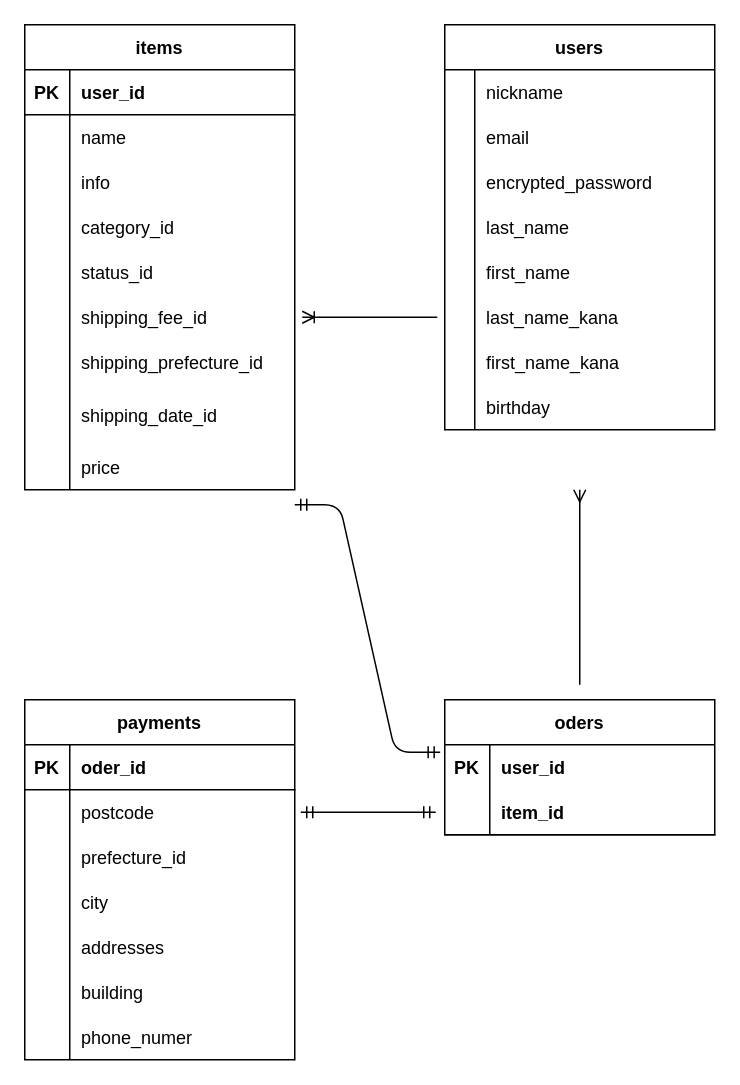
Above: dbcreate.dio in keiakamom/furima-39099 (draw.io), before the change. Source tidied: cells renumbered, new cells numbered last; positions are measured from the earlier drawing's top-left corner, leaving out a move shared by most shapes. Both pictures are drawn from the tidied source at 150%, with x=0, y=0 at pixel (24, 24).
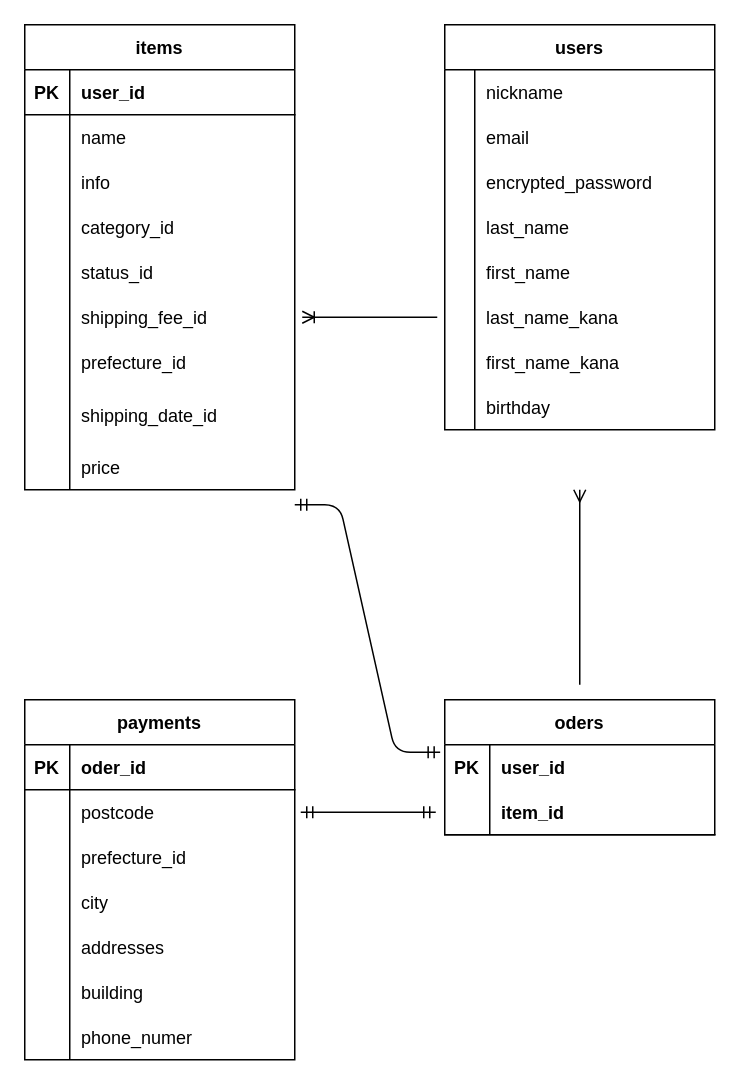
Above is the later version.

Commit message (it also covers changes not shown here):
データベース設計の修正４

The change refers to these unchanged cells:
```xml
<mxCell id="21" style="shape=tableRow;horizontal=0;startSize=0;swimlaneHead=0;swimlaneBody=0;fillColor=none;top=0;left=0;right=0;bottom=0;" parent="2" vertex="1">
  <mxGeometry y="210" width="180" height="30" as="geometry" />
</mxCell>
```

Diff of the diagram source:
```diff
@@
-    <mxCell id="23" value="shipping_prefecture_id" style="shape=partialRectangle;fillColor=none;top=0;left=0;bottom=0;right=0;align=left;spacingLeft=6;overflow=hidden;" parent="21" vertex="1">
+    <mxCell id="23" value="prefecture_id" style="shape=partialRectangle;fillColor=none;top=0;left=0;bottom=0;right=0;align=left;spacingLeft=6;overflow=hidden;" parent="21" vertex="1">
       <mxGeometry x="30" width="150" height="30" as="geometry" />
     </mxCell>
```
